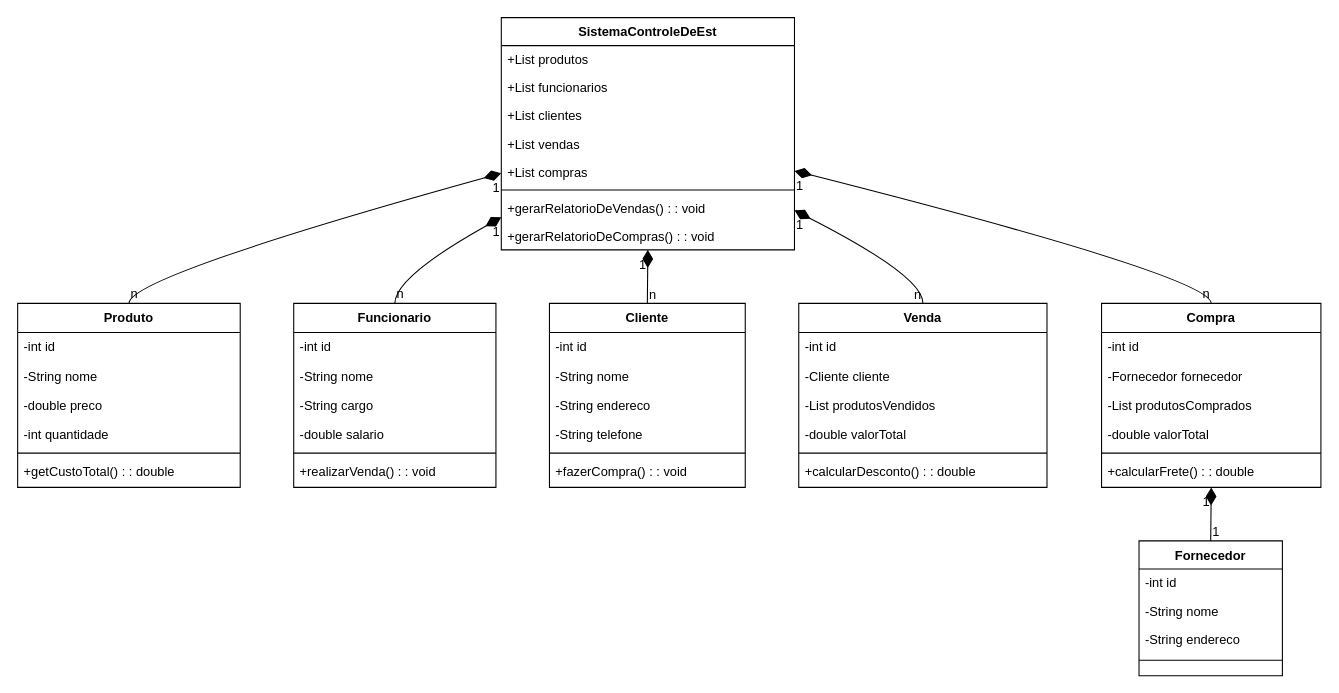
Before: UML's/Draw.io/StockKeeper.drawio in KepryDeSousa/Stockeeper, a draw.io diagram. Source tidied: cells renumbered, new cells numbered last; positions are measured from the earlier drawing's top-left corner, leaving out a move shared by most shapes. Both pictures are drawn from the tidied source at 107%, with x=0, y=0 at pixel (17, 17).
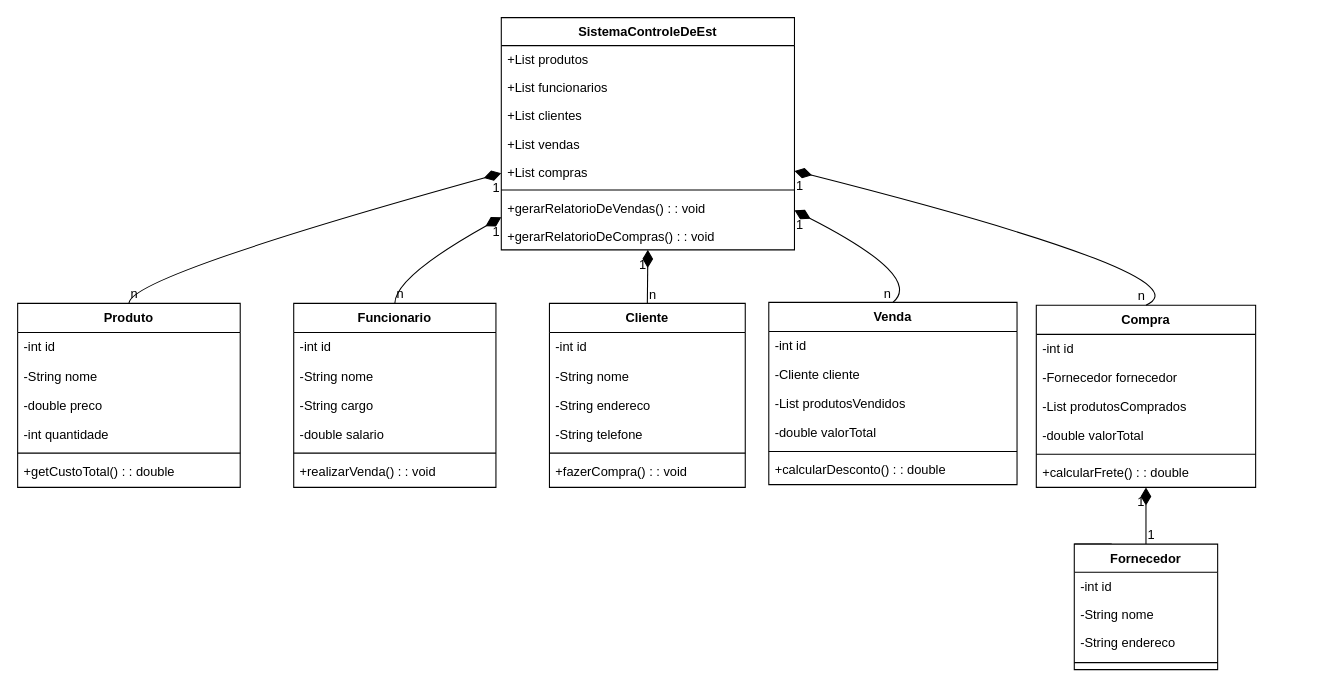
The same page after the edit.

Diff of the diagram source:
```diff
@@
     <mxCell id="32" value="Venda" style="swimlane;fontStyle=1;align=center;verticalAlign=top;horizontal=1;startSize=27.287877400716145;" parent="1" vertex="1">
-      <mxGeometry x="730" y="267" width="232" height="172" as="geometry" />
+      <mxGeometry x="702" y="266.1" width="232" height="170.3" as="geometry" />
     </mxCell>
     <mxCell id="33" value="-int id" style="text;strokeColor=none;fillColor=none;align=left;verticalAlign=top;spacingLeft=4;spacingRight=4;overflow=hidden;" parent="32" vertex="1">
-      <mxGeometry y="27" width="232" height="27" as="geometry" />
+      <mxGeometry y="27.3" width="232" height="27" as="geometry" />
     </mxCell>
     <mxCell id="34" value="-Cliente cliente" style="text;strokeColor=none;fillColor=none;align=left;verticalAlign=top;spacingLeft=4;spacingRight=4;overflow=hidden;" parent="32" vertex="1">
-      <mxGeometry y="55" width="232" height="27" as="geometry" />
+      <mxGeometry y="54.3" width="232" height="27" as="geometry" />
     </mxCell>
     <mxCell id="35" value="-List produtosVendidos" style="text;strokeColor=none;fillColor=none;align=left;verticalAlign=top;spacingLeft=4;spacingRight=4;overflow=hidden;" parent="32" vertex="1">
-      <mxGeometry y="82" width="232" height="27" as="geometry" />
+      <mxGeometry y="81.3" width="232" height="27" as="geometry" />
     </mxCell>
     <mxCell id="36" value="-double valorTotal" style="text;strokeColor=none;fillColor=none;align=left;verticalAlign=top;spacingLeft=4;spacingRight=4;overflow=hidden;" parent="32" vertex="1">
-      <mxGeometry y="109" width="232" height="27" as="geometry" />
+      <mxGeometry y="108.3" width="232" height="27" as="geometry" />
     </mxCell>
     <mxCell id="37" style="line;strokeWidth=1;fillColor=none;align=left;verticalAlign=middle;spacingTop=-1;spacingLeft=3;spacingRight=3;labelPosition=right;strokeColor=inherit;" parent="32" vertex="1">
-      <mxGeometry y="136" width="232" height="8" as="geometry" />
+      <mxGeometry y="135.3" width="232" height="8" as="geometry" />
     </mxCell>
     <mxCell id="38" value="+calcularDesconto() : : double" style="text;strokeColor=none;fillColor=none;align=left;verticalAlign=top;spacingLeft=4;spacingRight=4;overflow=hidden;" parent="32" vertex="1">
-      <mxGeometry y="144" width="232" height="27" as="geometry" />
+      <mxGeometry y="143.3" width="232" height="27" as="geometry" />
     </mxCell>
     <mxCell id="39" value="Compra" style="swimlane;fontStyle=1;align=center;verticalAlign=top;horizontal=1;startSize=27.287877400716145;" parent="1" vertex="1">
-      <mxGeometry x="1013" y="267" width="205" height="172" as="geometry" />
+      <mxGeometry x="952" y="268.7" width="205" height="170.3" as="geometry" />
     </mxCell>
     <mxCell id="40" value="-int id" style="text;strokeColor=none;fillColor=none;align=left;verticalAlign=top;spacingLeft=4;spacingRight=4;overflow=hidden;" parent="39" vertex="1">
-      <mxGeometry y="27" width="205" height="27" as="geometry" />
+      <mxGeometry y="27.3" width="205" height="27" as="geometry" />
     </mxCell>
     <mxCell id="41" value="-Fornecedor fornecedor" style="text;strokeColor=none;fillColor=none;align=left;verticalAlign=top;spacingLeft=4;spacingRight=4;overflow=hidden;" parent="39" vertex="1">
-      <mxGeometry y="55" width="205" height="27" as="geometry" />
+      <mxGeometry y="54.3" width="205" height="27" as="geometry" />
     </mxCell>
     <mxCell id="42" value="-List produtosComprados" style="text;strokeColor=none;fillColor=none;align=left;verticalAlign=top;spacingLeft=4;spacingRight=4;overflow=hidden;" parent="39" vertex="1">
-      <mxGeometry y="82" width="205" height="27" as="geometry" />
+      <mxGeometry y="81.3" width="205" height="27" as="geometry" />
     </mxCell>
     <mxCell id="43" value="-double valorTotal" style="text;strokeColor=none;fillColor=none;align=left;verticalAlign=top;spacingLeft=4;spacingRight=4;overflow=hidden;" parent="39" vertex="1">
-      <mxGeometry y="109" width="205" height="27" as="geometry" />
+      <mxGeometry y="108.3" width="205" height="27" as="geometry" />
     </mxCell>
     <mxCell id="44" style="line;strokeWidth=1;fillColor=none;align=left;verticalAlign=middle;spacingTop=-1;spacingLeft=3;spacingRight=3;labelPosition=right;strokeColor=inherit;" parent="39" vertex="1">
-      <mxGeometry y="136" width="205" height="8" as="geometry" />
+      <mxGeometry y="135.3" width="205" height="8" as="geometry" />
     </mxCell>
     <mxCell id="45" value="+calcularFrete() : : double" style="text;strokeColor=none;fillColor=none;align=left;verticalAlign=top;spacingLeft=4;spacingRight=4;overflow=hidden;" parent="39" vertex="1">
-      <mxGeometry y="144" width="205" height="27" as="geometry" />
+      <mxGeometry y="143.3" width="205" height="27" as="geometry" />
     </mxCell>
+    <mxCell id="69" style="edgeStyle=orthogonalEdgeStyle;rounded=0;jettySize=auto;html=1;exitX=0;exitY=0;exitDx=0;exitDy=0;" parent="1" edge="1" source="46">
+      <mxGeometry relative="1" as="geometry">
+        <mxPoint x="1022" y="502" as="targetPoint" />
+      </mxGeometry>
+    </mxCell>
     <mxCell id="46" value="Fornecedor" style="swimlane;fontStyle=1;align=center;verticalAlign=top;horizontal=1;startSize=26.25589158799913;" parent="1" vertex="1">
-      <mxGeometry x="1048" y="489" width="134" height="126" as="geometry" />
+      <mxGeometry x="987.5" y="492" width="134" height="117.3" as="geometry" />
     </mxCell>
     <mxCell id="47" value="-int id" style="text;strokeColor=none;fillColor=none;align=left;verticalAlign=top;spacingLeft=4;spacingRight=4;overflow=hidden;" parent="46" vertex="1">
-      <mxGeometry y="26" width="134" height="26" as="geometry" />
+      <mxGeometry y="26.3" width="134" height="26" as="geometry" />
     </mxCell>
     <mxCell id="48" value="-String nome" style="text;strokeColor=none;fillColor=none;align=left;verticalAlign=top;spacingLeft=4;spacingRight=4;overflow=hidden;" parent="46" vertex="1">
-      <mxGeometry y="53" width="134" height="26" as="geometry" />
+      <mxGeometry y="52.3" width="134" height="26" as="geometry" />
     </mxCell>
     <mxCell id="49" value="-String endereco" style="text;strokeColor=none;fillColor=none;align=left;verticalAlign=top;spacingLeft=4;spacingRight=4;overflow=hidden;" parent="46" vertex="1">
-      <mxGeometry y="79" width="134" height="26" as="geometry" />
+      <mxGeometry y="78.3" width="134" height="26" as="geometry" />
     </mxCell>
     <mxCell id="50" style="line;strokeWidth=1;fillColor=none;align=left;verticalAlign=middle;spacingTop=-1;spacingLeft=3;spacingRight=3;labelPosition=right;strokeColor=inherit;" parent="46" vertex="1">
-      <mxGeometry y="105" width="134" height="13" as="geometry" />
+      <mxGeometry y="104.3" width="134" height="13" as="geometry" />
     </mxCell>
```
